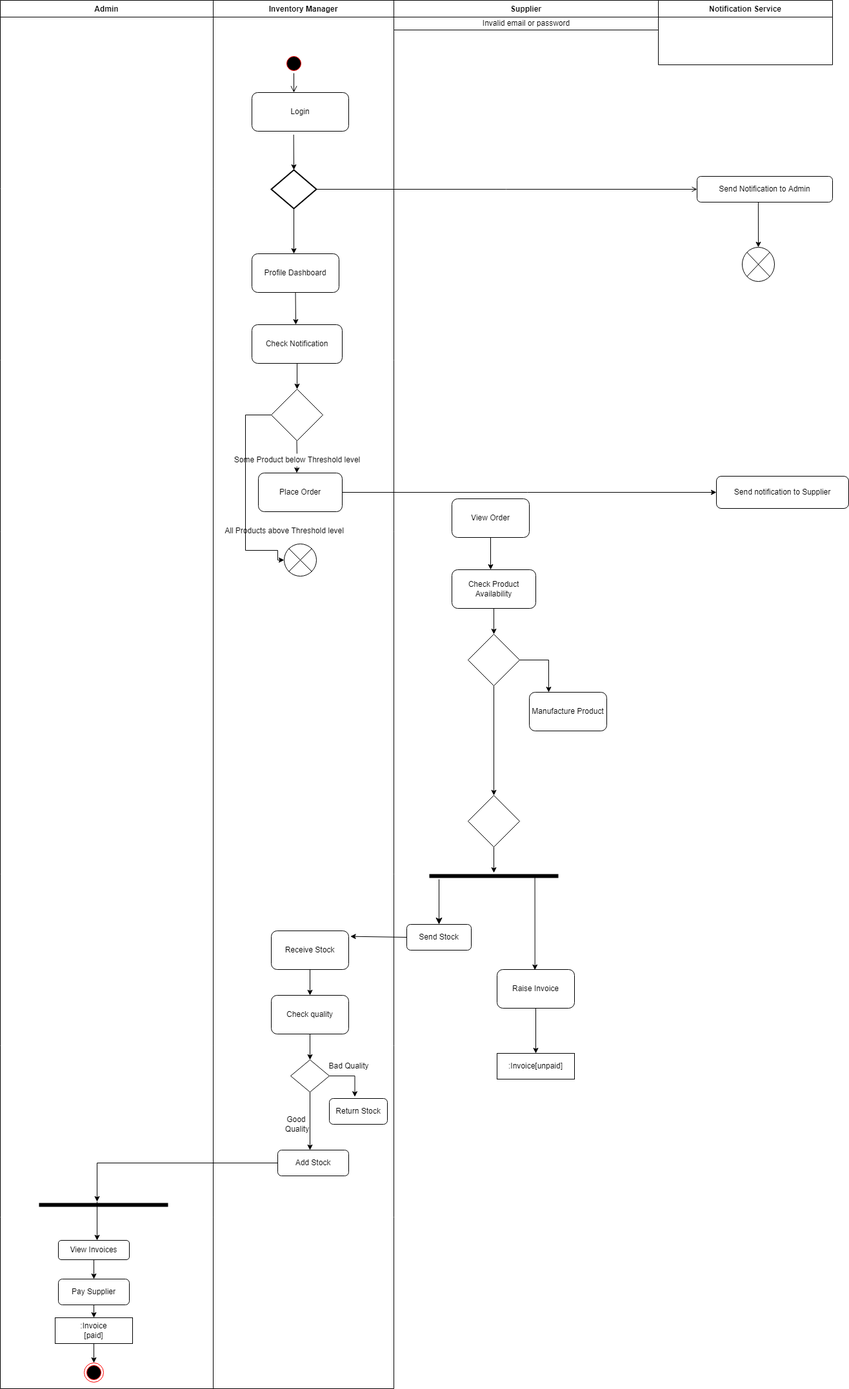
This is Activity Diagram for Inventory Management System.drawio.png from hrk-berserker27/hrk-berserker27, a draw.io export, as it was before one commit. Source tidied: cells renumbered, new cells last; positions are measured from the earlier drawing's top-left corner, leaving out a move shared by most shapes.
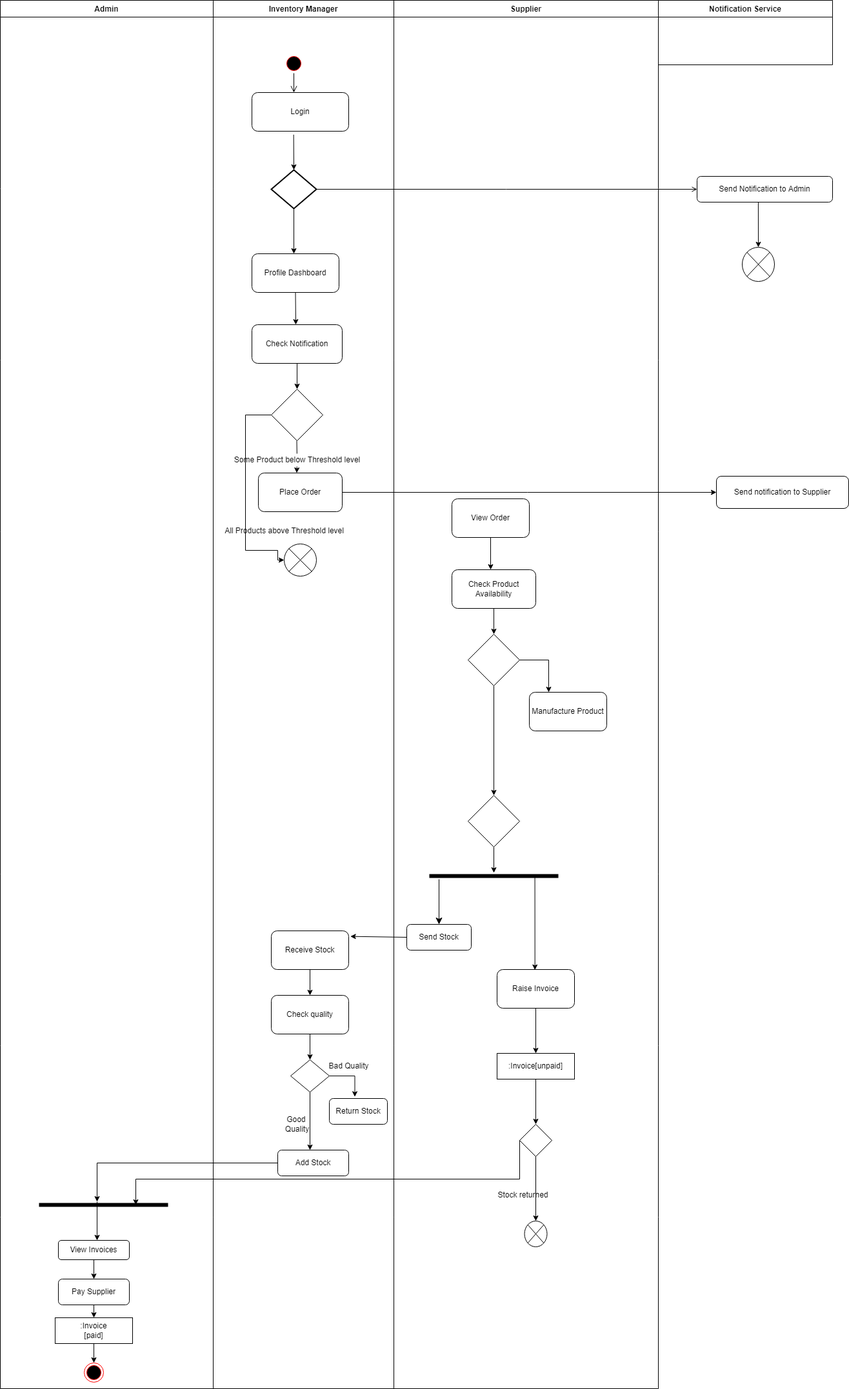
After the change.

What changed in the source:
```diff
@@ -12,11 +12,8 @@
       <mxGeometry x="330" width="280" height="2153" as="geometry" />
     </mxCell>
     <mxCell id="5" value="Supplier" style="swimlane;fontStyle=1;horizontal=1;startSize=26;fillColor=none;" parent="1" vertex="1">
-      <mxGeometry x="610" width="410" height="46" as="geometry" />
+      <mxGeometry x="610" width="410" height="2153" as="geometry" />
     </mxCell>
-    <mxCell id="6" value="Invalid email or password" style="text;html=1;align=center;verticalAlign=middle;fillColor=none;strokeColor=none;rounded=0;" parent="5" vertex="1">
-      <mxGeometry y="26" width="410" height="20" as="geometry" />
-    </mxCell>
     <mxCell id="7" value="Notification Service" style="swimlane;fontStyle=1;align=center;verticalAlign=top;horizontal=1;startSize=26;" parent="1" vertex="1">
       <mxGeometry x="1020" width="270" height="100" as="geometry" />
     </mxCell>
@@ -261,5 +258,36 @@
     <mxCell id="70" value=":Invoice[unpaid]" style="rounded=0;whiteSpace=wrap;html=1;strokeColor=#000000;" parent="1" vertex="1">
       <mxGeometry x="770" y="1633" width="120" height="40" as="geometry" />
     </mxCell>
+    <mxCell id="71" style="endArrow=classic;html=1;rounded=0;strokeColor=#000000;exitX=0.5;exitY=1;exitDx=0;exitDy=0;" parent="1" edge="1" source="70">
+      <mxGeometry relative="1" as="geometry">
+        <mxPoint x="830" y="1743" as="targetPoint" />
+      </mxGeometry>
+    </mxCell>
+    <mxCell id="72" style="rhombus;whiteSpace=wrap;html=1;strokeColor=#000000;" parent="1" vertex="1">
+      <mxGeometry x="805" y="1743" width="50" height="50" as="geometry" />
+    </mxCell>
+    <mxCell id="73" style="endArrow=classic;html=1;rounded=0;strokeColor=#000000;exitX=0;exitY=0.5;exitDx=0;exitDy=0;edgeStyle=orthogonalEdgeStyle;entryX=0.75;entryY=0.5;entryDx=0;entryDy=0;entryPerimeter=0;" parent="1" edge="1" source="72" target="59">
+      <mxGeometry relative="1" as="geometry">
+        <Array as="points">
+          <mxPoint x="805" y="1828" />
+          <mxPoint x="210" y="1828" />
+        </Array>
+      </mxGeometry>
+    </mxCell>
+    <mxCell id="74" style="endArrow=classic;html=1;rounded=0;strokeColor=#000000;" parent="1" edge="1">
+      <mxGeometry relative="1" as="geometry">
+        <mxPoint x="830" y="1833" as="sourcePoint" />
+        <mxPoint x="830" y="1893" as="targetPoint" />
+        <Array as="points">
+          <mxPoint x="830" y="1793" />
+        </Array>
+      </mxGeometry>
+    </mxCell>
+    <mxCell id="75" style="verticalLabelPosition=bottom;verticalAlign=top;html=1;shape=mxgraph.flowchart.or;strokeColor=#000000;" parent="1" vertex="1">
+      <mxGeometry x="812.5" y="1893" width="35" height="40" as="geometry" />
+    </mxCell>
+    <mxCell id="76" value="Stock returned" style="text;html=1;align=center;verticalAlign=middle;fillColor=none;strokeColor=none;rounded=0;" parent="1" vertex="1">
+      <mxGeometry x="765" y="1843" width="90" height="20" as="geometry" />
+    </mxCell>
   </root>
 </mxGraphModel>
```
